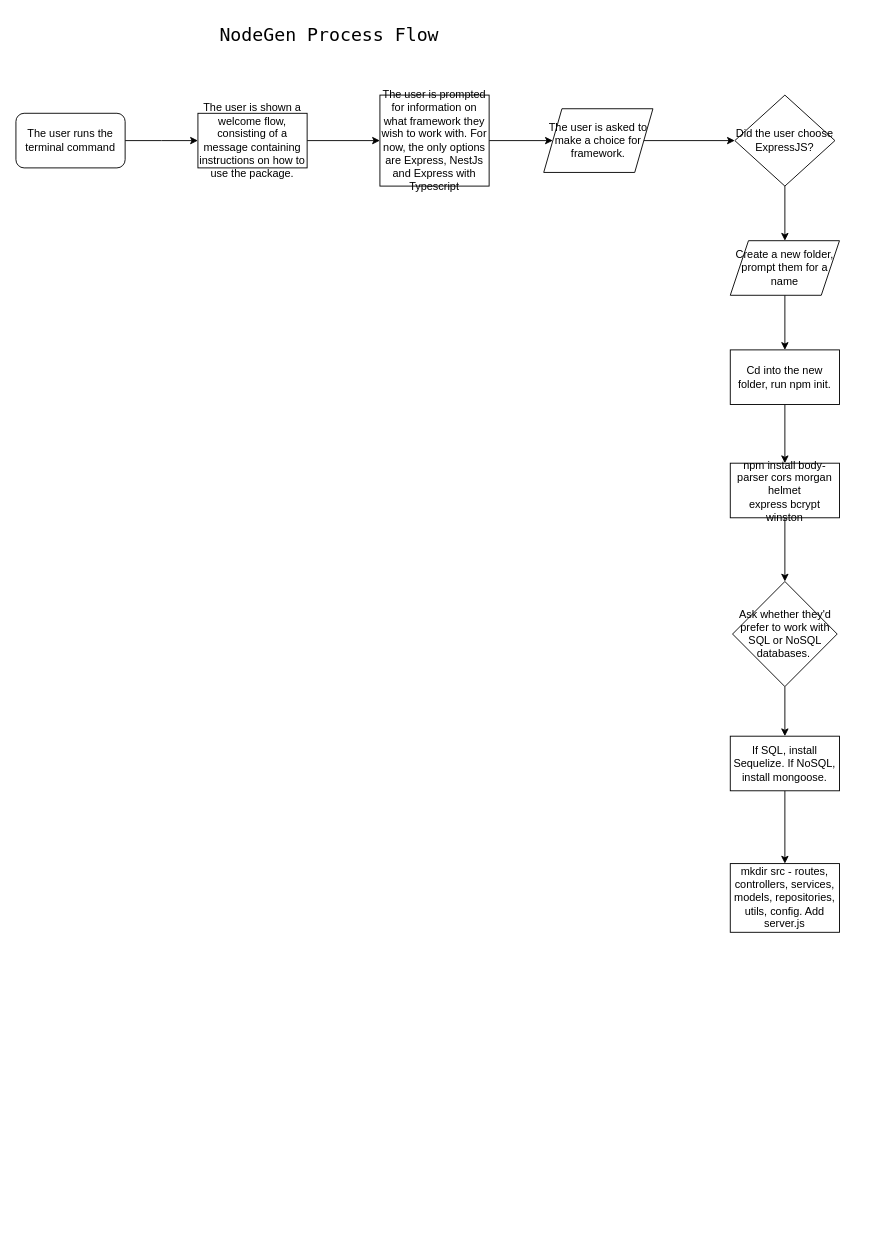
Above: NodeGen.drawio in alexindevs/NodeGen (draw.io), before the change. Source tidied: cells renumbered, new cells numbered last; positions are measured from the earlier drawing's top-left corner, leaving out a move shared by most shapes. Both pictures are drawn from the tidied source at 91%, with x=0, y=0 at pixel (15, 15).
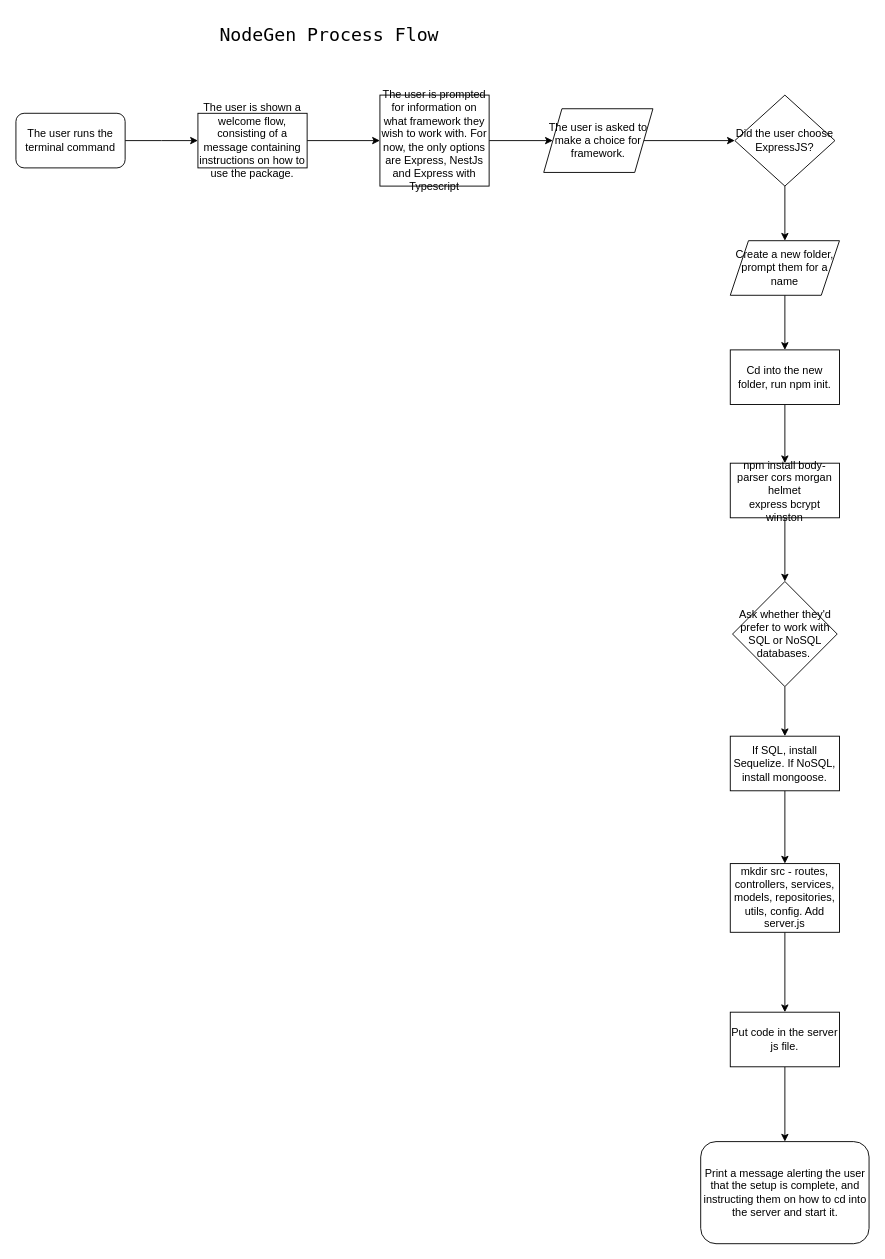
The same page after the edit.

Commit message:
express without ts flowchart

The change refers to these unchanged cells:
```xml
<mxCell id="23" value="mkdir src - routes, controllers, services, models, repositories, utils, config. Add server.js" style="whiteSpace=wrap;html=1;" parent="1" vertex="1">
  <mxGeometry x="785" y="931.5" width="120" height="75.5" as="geometry" />
</mxCell>
```

What changed in the source:
```diff
@@
+    <mxCell id="24" style="edgeStyle=orthogonalEdgeStyle;rounded=0;jettySize=auto;html=1;" parent="1" edge="1" source="23" target="26">
+      <mxGeometry relative="1" as="geometry" />
+    </mxCell>
@@
+    <mxCell id="25" style="edgeStyle=orthogonalEdgeStyle;rounded=0;jettySize=auto;html=1;" parent="1" edge="1" source="26" target="27">
+      <mxGeometry relative="1" as="geometry" />
+    </mxCell>
+    <mxCell id="26" value="Put code in the server js file." style="whiteSpace=wrap;html=1;" parent="1" vertex="1">
+      <mxGeometry x="785" y="1094.8" width="120" height="60" as="geometry" />
+    </mxCell>
+    <mxCell id="27" value="Print a message alerting the user that the setup is complete, and instructing them on how to cd into the server and start it." style="rounded=1;whiteSpace=wrap;html=1;" parent="1" vertex="1">
+      <mxGeometry x="752.5" y="1237" width="185" height="112.2" as="geometry" />
+    </mxCell>
```
